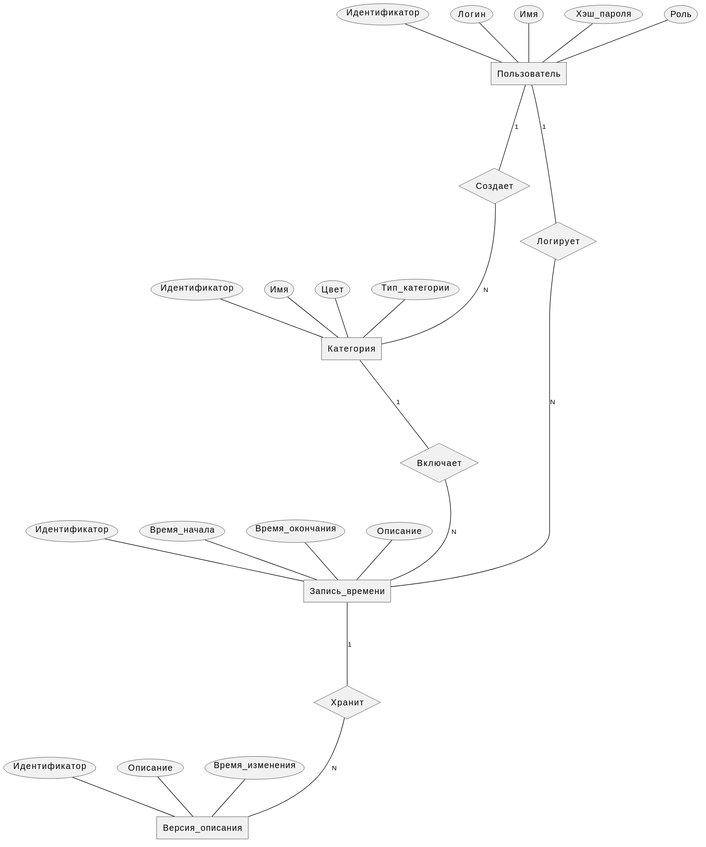
Before: docs/er.svg, a diagram exported from PlantUML (da-fuu/IU7_7sem_Web). The source it was exported from:
```plantuml
@startchen

entity Пользователь {
  Идентификатор
  Логин
  Имя
  Хэш_пароля
  Роль
}

entity Категория {
  Идентификатор
  Имя
  Цвет
  Тип_категории
}

entity Запись_времени {
  Идентификатор
  Время_начала
  Время_окончания
  Описание
}

entity Версия_описания {
  Идентификатор
  Описание
  Время_изменения
}

relationship Создает {
}

relationship Логирует {
}

relationship Включает {
}

relationship Хранит {
}

Пользователь -1- Создает
Создает -N- Категория

Пользователь -1- Логирует
Логирует -N- Запись_времени

Категория -1- Включает
Включает -N- Запись_времени

Запись_времени -1- Хранит
Хранит -N- Версия_описания

@endchen
```
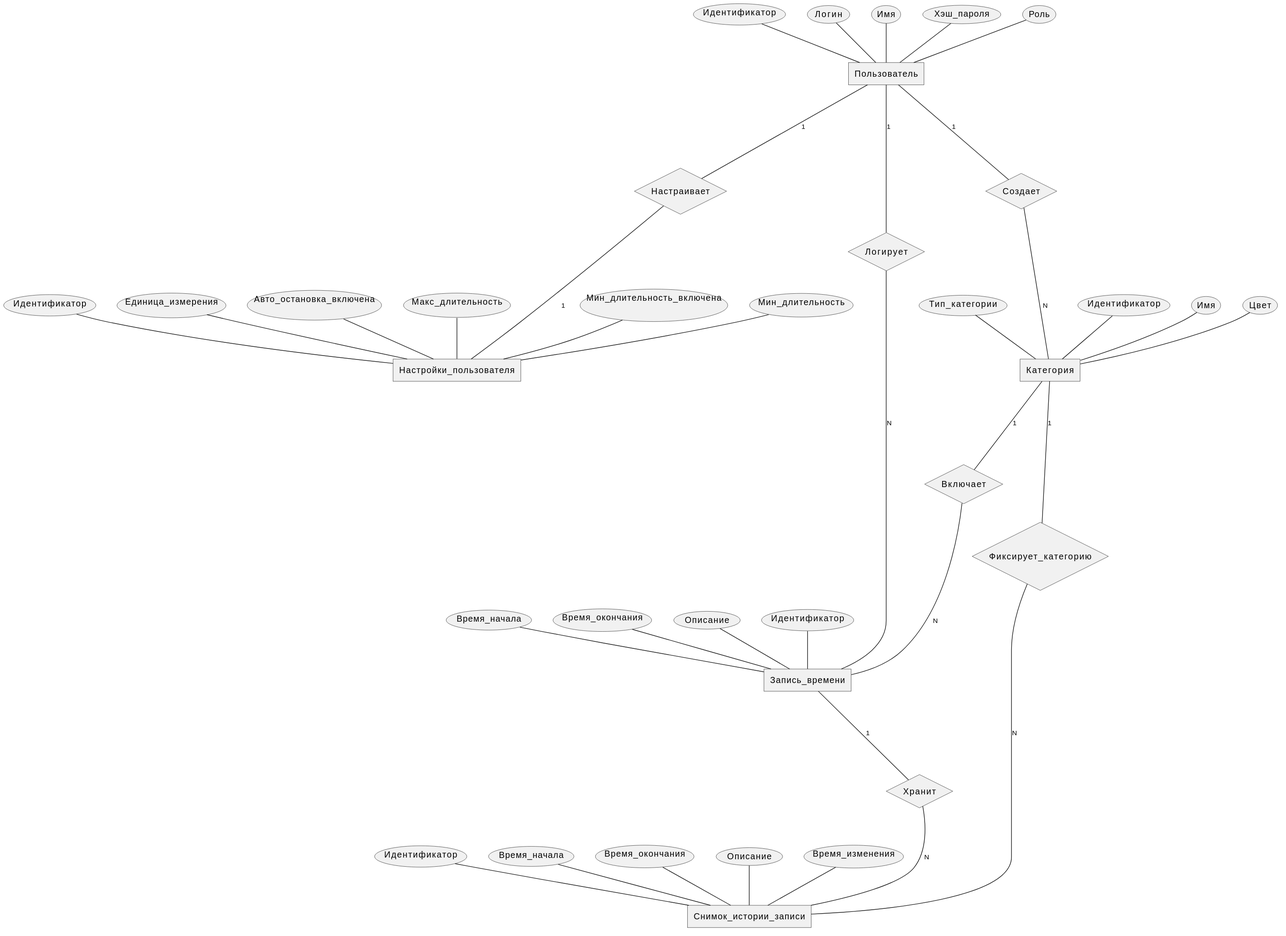
After the change.

Diff of the diagram source:
```diff
@@ -6,6 +6,15 @@
   Имя
   Хэш_пароля
   Роль
+}
+
+entity Настройки_пользователя {
+  Идентификатор
+  Единица_измерения
+  Авто_остановка_включена
+  Макс_длительность
+  Мин_длительность_включена
+  Мин_длительность
 }
 
 entity Категория {
@@ -22,10 +31,15 @@
   Описание
 }
 
-entity Версия_описания {
+entity Снимок_истории_записи {
   Идентификатор
+  Время_начала
+  Время_окончания
   Описание
   Время_изменения
+}
+
+relationship Настраивает {
 }
 
 relationship Создает {
@@ -40,6 +54,12 @@
 relationship Хранит {
 }
 
+relationship Фиксирует_категорию {
+}
+
+Пользователь -1- Настраивает
+Настраивает -1- Настройки_пользователя
+
 Пользователь -1- Создает
 Создает -N- Категория
 
@@ -50,6 +70,9 @@
 Включает -N- Запись_времени
 
 Запись_времени -1- Хранит
-Хранит -N- Версия_описания
+Хранит -N- Снимок_истории_записи
+
+Категория -1- Фиксирует_категорию
+Фиксирует_категорию -N- Снимок_истории_записи
 
 @endchen
```
